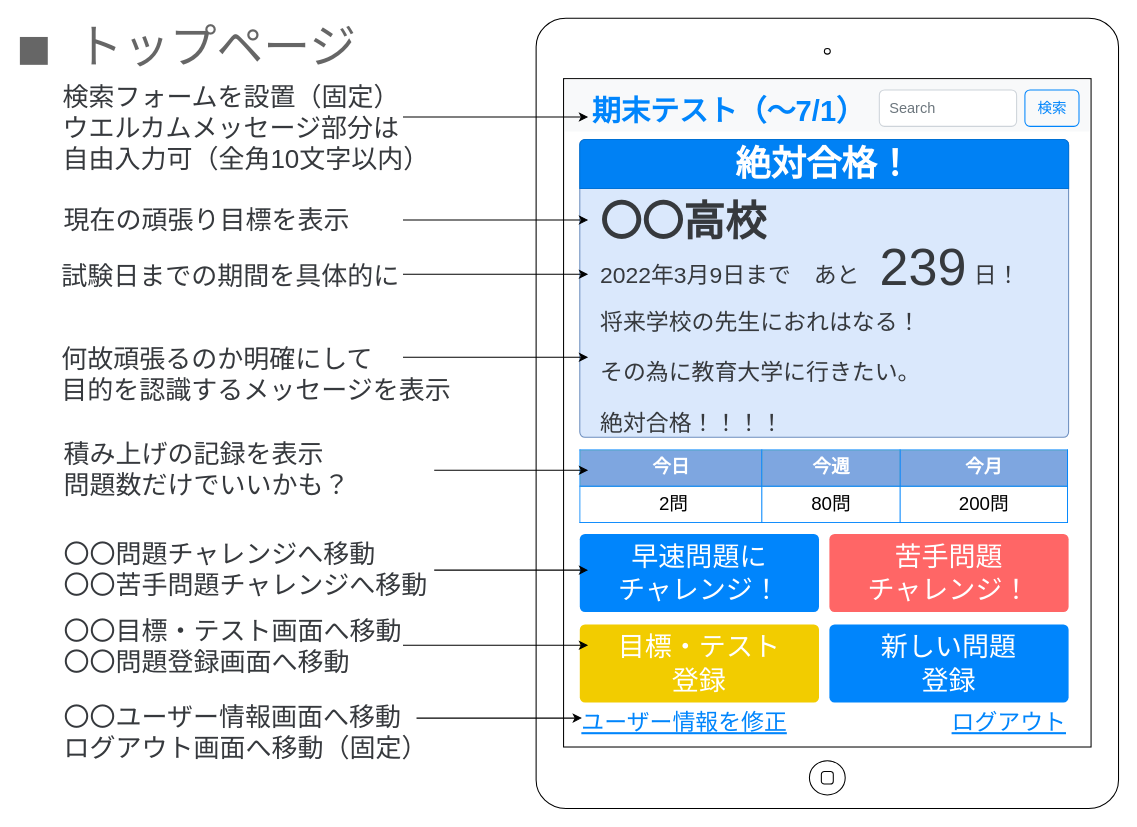
Above: page "会員トップページ" (2 of 15) of 画面設計_苦手問題克服.drawio in mitsuewatanabe/practice (draw.io), before the change. Source tidied: cells renumbered, new cells numbered last; positions are measured from the earlier drawing's top-left corner, leaving out a move shared by most shapes. Both pictures are drawn from the tidied source at 104%, with x=0, y=0 at pixel (18, 18).
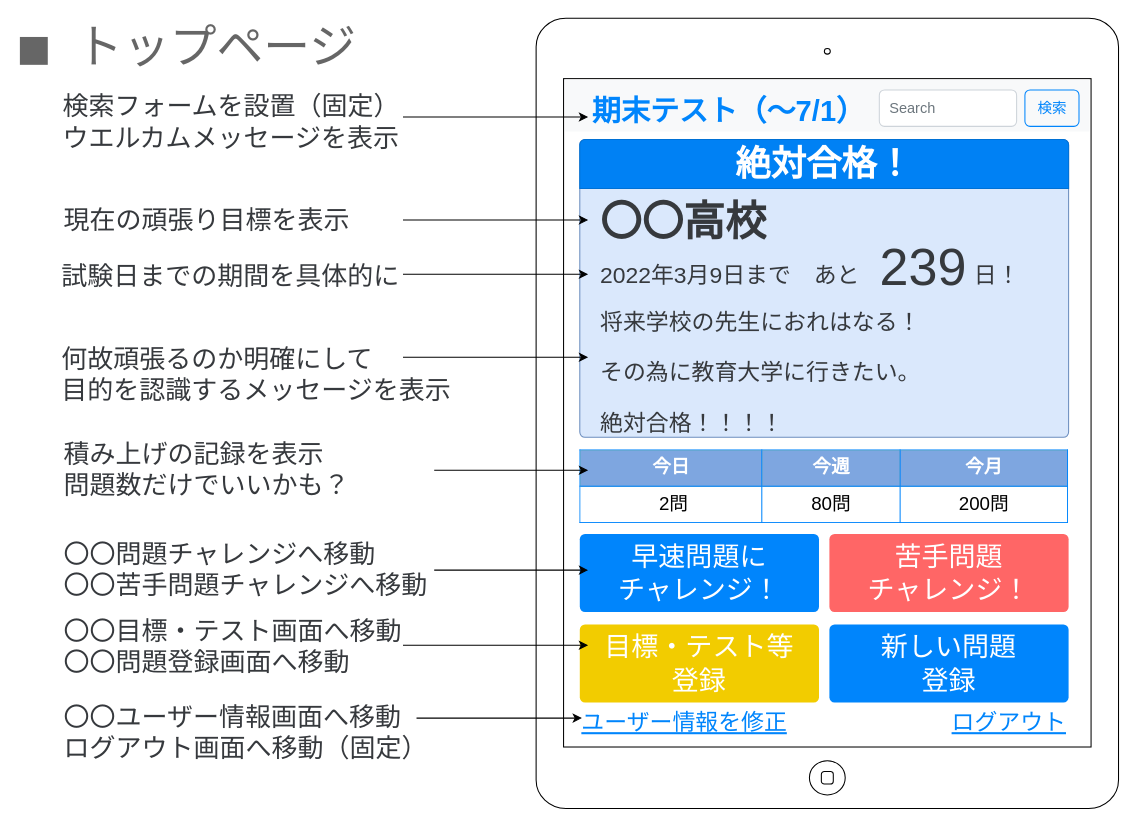
Above is the later version.

The change refers to these unchanged cells:
```xml
<mxCell id="6" style="group;" parent="1" vertex="1">
  <mxGeometry x="540" y="73" width="470" height="640" as="geometry" />
</mxCell>
```

What changed in the source:
```diff
@@
-    <mxCell id="7" value="目標・テスト&lt;br&gt;登録" style="shadow=0;dashed=0;shape=mxgraph.bootstrap.rrect;rSize=5;strokeColor=none;strokeWidth=1;fontColor=#FFFFFF;align=center;verticalAlign=middle;spacingLeft=0;fontStyle=0;fontSize=26;spacing=0;whiteSpace=wrap;html=1;fillColor=#F2CC00;" parent="6" vertex="1">
+    <mxCell id="7" value="目標・テスト等&lt;br&gt;登録" style="shadow=0;dashed=0;shape=mxgraph.bootstrap.rrect;rSize=5;strokeColor=none;strokeWidth=1;fontColor=#FFFFFF;align=center;verticalAlign=middle;spacingLeft=0;fontStyle=0;fontSize=26;spacing=0;whiteSpace=wrap;html=1;fillColor=#F2CC00;" parent="6" vertex="1">
       <mxGeometry y="510" width="230" height="75" as="geometry" />
     </mxCell>
@@
-    <mxCell id="33" value="検索フォームを設置（固定）&lt;br&gt;ウエルカムメッセージ部分は&lt;br&gt;自由入力可（全角10文字以内）" style="text;html=1;strokeColor=none;fillColor=none;align=left;verticalAlign=middle;whiteSpace=wrap;rounded=0;fontSize=25;fontColor=#36393D;" parent="1" vertex="1">
-      <mxGeometry x="41" y="95" width="357" height="20" as="geometry" />
+    <mxCell id="33" value="検索フォームを設置（固定）&lt;br&gt;ウエルカムメッセージを表示" style="text;html=1;strokeColor=none;fillColor=none;align=left;verticalAlign=middle;whiteSpace=wrap;rounded=0;fontSize=25;fontColor=#36393D;" parent="1" vertex="1">
+      <mxGeometry x="41" y="89" width="357" height="20" as="geometry" />
     </mxCell>
```
